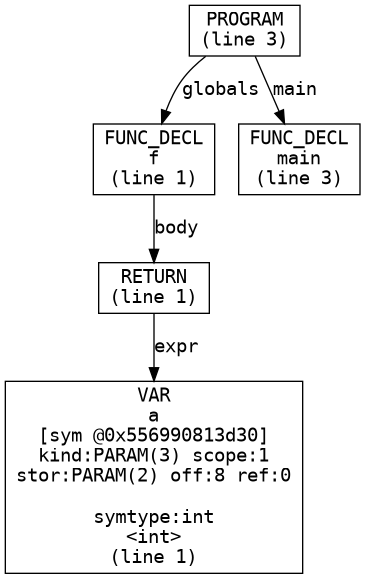
This is syntaxExtreme/ast.png from kalamakis/Cpp-compiler, a Graphviz export, as it was before one commit. Its source is kept beside it as syntaxExtreme/ast.dot.
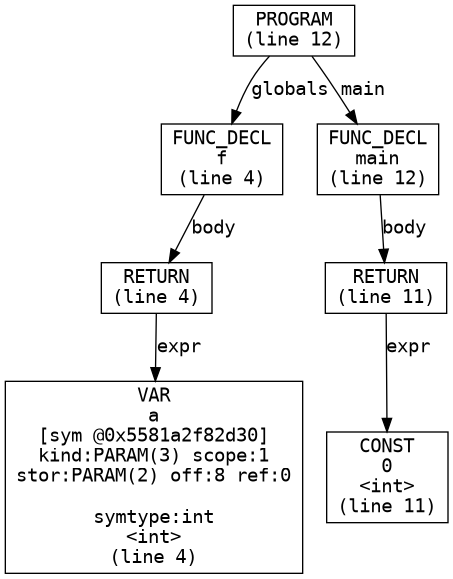
After the change.

What changed in the source:
```diff
@@ -1,13 +1,17 @@
 digraph AST {
   node [shape=box, fontname="Courier"];
   edge [fontname="Courier"];
-  n0 [label="PROGRAM\n(line 3)"];
-  n1 [label="FUNC_DECL\nf\n(line 1)"];
-  n2 [label="RETURN\n(line 1)"];
-  n3 [label="VAR\na\n[sym @0x556990813d30]\nkind:PARAM(3) scope:1\nstor:PARAM(2) off:8 ref:0\n\nsymtype:int\n<int>\n(line 1)"];
+  n0 [label="PROGRAM\n(line 12)"];
+  n1 [label="FUNC_DECL\nf\n(line 4)"];
+  n2 [label="RETURN\n(line 4)"];
+  n3 [label="VAR\na\n[sym @0x5581a2f82d30]\nkind:PARAM(3) scope:1\nstor:PARAM(2) off:8 ref:0\n\nsymtype:int\n<int>\n(line 4)"];
   n2 -> n3 [label="expr"];
   n1 -> n2 [label="body"];
   n0 -> n1 [label="globals"];
-  n4 [label="FUNC_DECL\nmain\n(line 3)"];
+  n4 [label="FUNC_DECL\nmain\n(line 12)"];
+  n5 [label="RETURN\n(line 11)"];
+  n6 [label="CONST\n0\n<int>\n(line 11)"];
+  n5 -> n6 [label="expr"];
+  n4 -> n5 [label="body"];
   n0 -> n4 [label="main"];
 }
```
